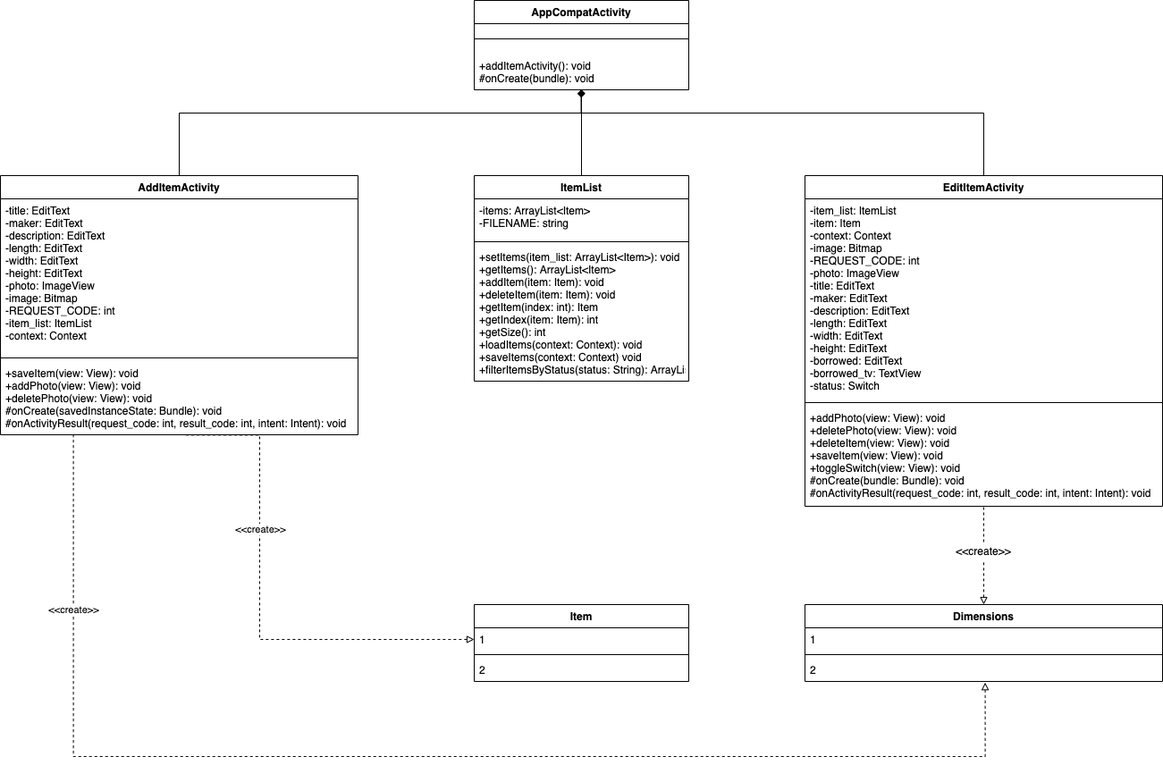
Above: Class Diagrams/ApplicationBorrowedTemplateClassDiagram.png in smitbmx/Architecture-Diagrams (draw.io), before the change. Source tidied: cells renumbered, new cells last; positions are measured from the earlier drawing's top-left corner, leaving out a move shared by most shapes.
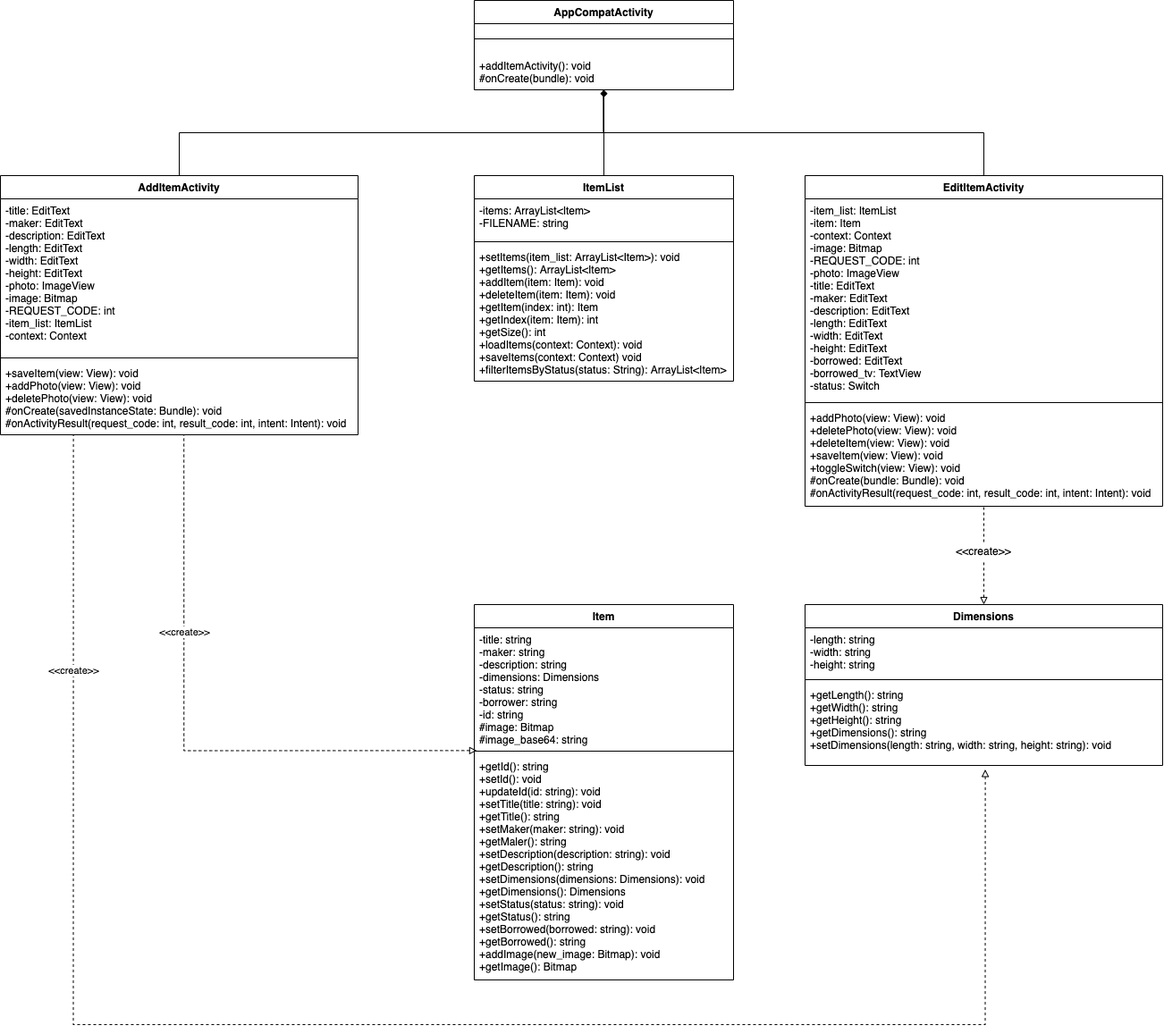
The same diagram one commit later.

The edit, as a diff of the source:
```diff
@@ -3,25 +3,25 @@
     <mxCell id="0" />
     <mxCell id="1" parent="0" />
     <mxCell id="2" value="AppCompatActivity" style="swimlane;fontStyle=1;align=center;verticalAlign=top;horizontal=1;startSize=26;" parent="1" vertex="1">
-      <mxGeometry x="530" width="240" height="100" as="geometry" />
+      <mxGeometry x="530" width="290" height="100" as="geometry" />
     </mxCell>
     <mxCell id="3" style="line;strokeWidth=1;fillColor=none;align=left;verticalAlign=middle;spacingTop=-1;spacingLeft=3;spacingRight=3;labelPosition=right;" parent="2" vertex="1">
-      <mxGeometry y="26" width="240" height="34" as="geometry" />
+      <mxGeometry y="26" width="290" height="34" as="geometry" />
     </mxCell>
     <mxCell id="4" value="+addItemActivity(): void&#10;#onCreate(bundle): void" style="text;strokeColor=none;fillColor=none;align=left;verticalAlign=top;spacingLeft=4;spacingRight=4;overflow=hidden;points=[[0,0.5],[1,0.5]];portConstraint=eastwest;" parent="2" vertex="1">
-      <mxGeometry y="60" width="240" height="40" as="geometry" />
+      <mxGeometry y="60" width="290" height="40" as="geometry" />
     </mxCell>
     <mxCell id="5" value="ItemList" style="swimlane;fontStyle=1;align=center;verticalAlign=top;horizontal=1;startSize=26;" parent="1" vertex="1">
-      <mxGeometry x="530" y="196" width="240" height="230" as="geometry" />
+      <mxGeometry x="530" y="196" width="290" height="230" as="geometry" />
     </mxCell>
     <mxCell id="6" value="-items: ArrayList&lt;Item&gt;&#10;-FILENAME: string" style="text;strokeColor=none;fillColor=none;align=left;verticalAlign=top;spacingLeft=4;spacingRight=4;overflow=hidden;" parent="5" vertex="1">
-      <mxGeometry y="26" width="240" height="44" as="geometry" />
+      <mxGeometry y="26" width="290" height="44" as="geometry" />
     </mxCell>
     <mxCell id="7" style="line;strokeWidth=1;fillColor=none;align=left;verticalAlign=middle;spacingTop=-1;spacingLeft=3;spacingRight=3;labelPosition=right;" parent="5" vertex="1">
-      <mxGeometry y="70" width="240" height="8" as="geometry" />
+      <mxGeometry y="70" width="290" height="8" as="geometry" />
     </mxCell>
     <mxCell id="8" value="+setItems(item_list: ArrayList&lt;Item&gt;): void&#10;+getItems(): ArrayList&lt;Item&gt;&#10;+addItem(item: Item): void&#10;+deleteItem(item: Item): void&#10;+getItem(index: int): Item&#10;+getIndex(item: Item): int&#10;+getSize(): int&#10;+loadItems(context: Context): void&#10;+saveItems(context: Context) void&#10;+filterItemsByStatus(status: String): ArrayList&lt;Item&gt; " style="text;strokeColor=none;fillColor=none;align=left;verticalAlign=top;spacingLeft=4;spacingRight=4;overflow=hidden;" parent="5" vertex="1">
-      <mxGeometry y="78" width="240" height="152" as="geometry" />
+      <mxGeometry y="78" width="290" height="152" as="geometry" />
     </mxCell>
     <mxCell id="9" value="AddItemActivity" style="swimlane;fontStyle=1;align=center;verticalAlign=top;horizontal=1;startSize=26;" parent="1" vertex="1">
       <mxGeometry y="196" width="400" height="290" as="geometry" />
@@ -48,53 +48,37 @@
       <mxGeometry y="258" width="400" height="112" as="geometry" />
     </mxCell>
     <mxCell id="17" value="Item" style="swimlane;fontStyle=1;align=center;verticalAlign=top;horizontal=1;startSize=26;" parent="1" vertex="1">
-      <mxGeometry x="530" y="676" width="240" height="86" as="geometry" />
+      <mxGeometry x="530" y="676" width="290" height="420" as="geometry" />
     </mxCell>
-    <mxCell id="18" value="1" style="text;strokeColor=none;fillColor=none;align=left;verticalAlign=top;spacingLeft=4;spacingRight=4;overflow=hidden;points=[[0,0.5],[1,0.5]];portConstraint=eastwest;" parent="17" vertex="1">
-      <mxGeometry y="26" width="240" height="26" as="geometry" />
+    <mxCell id="18" value="-title: string&#10;-maker: string&#10;-description: string&#10;-dimensions: Dimensions&#10;-status: string&#10;-borrower: string&#10;-id: string&#10;#image: Bitmap&#10;#image_base64: string" style="text;strokeColor=none;fillColor=none;align=left;verticalAlign=top;spacingLeft=4;spacingRight=4;overflow=hidden;points=[[0,0.5],[1,0.5]];portConstraint=eastwest;" parent="17" vertex="1">
+      <mxGeometry y="26" width="290" height="134" as="geometry" />
     </mxCell>
     <mxCell id="19" style="line;strokeWidth=1;fillColor=none;align=left;verticalAlign=middle;spacingTop=-1;spacingLeft=3;spacingRight=3;labelPosition=right;points=[];portConstraint=eastwest;" parent="17" vertex="1">
-      <mxGeometry y="52" width="240" height="8" as="geometry" />
+      <mxGeometry y="160" width="290" height="8" as="geometry" />
     </mxCell>
-    <mxCell id="20" value="2" style="text;strokeColor=none;fillColor=none;align=left;verticalAlign=top;spacingLeft=4;spacingRight=4;overflow=hidden;" parent="17" vertex="1">
-      <mxGeometry y="60" width="240" height="26" as="geometry" />
+    <mxCell id="20" value="+getId(): string&#10;+setId(): void&#10;+updateId(id: string): void&#10;+setTitle(title: string): void&#10;+getTitle(): string&#10;+setMaker(maker: string): void&#10;+getMaler(): string&#10;+setDescription(description: string): void&#10;+getDescription(): string&#10;+setDimensions(dimensions: Dimensions): void&#10;+getDimensions(): Dimensions&#10;+setStatus(status: string): void&#10;+getStatus(): string&#10;+setBorrowed(borrowed: string): void&#10;+getBorrowed(): string&#10;+addImage(new_image: Bitmap): void&#10;+getImage(): Bitmap" style="text;strokeColor=none;fillColor=none;align=left;verticalAlign=top;spacingLeft=4;spacingRight=4;overflow=hidden;" parent="17" vertex="1">
+      <mxGeometry y="168" width="290" height="252" as="geometry" />
     </mxCell>
     <mxCell id="21" value="Dimensions" style="swimlane;fontStyle=1;align=center;verticalAlign=top;horizontal=1;startSize=26;" parent="1" vertex="1">
-      <mxGeometry x="900" y="676" width="400" height="86" as="geometry" />
+      <mxGeometry x="900" y="676" width="400" height="180" as="geometry" />
     </mxCell>
-    <mxCell id="22" value="1" style="text;strokeColor=none;fillColor=none;align=left;verticalAlign=top;spacingLeft=4;spacingRight=4;overflow=hidden;" parent="21" vertex="1">
-      <mxGeometry y="26" width="400" height="26" as="geometry" />
+    <mxCell id="22" value="-length: string&#10;-width: string&#10;-height: string" style="text;strokeColor=none;fillColor=none;align=left;verticalAlign=top;spacingLeft=4;spacingRight=4;overflow=hidden;" parent="21" vertex="1">
+      <mxGeometry y="26" width="400" height="54" as="geometry" />
     </mxCell>
     <mxCell id="23" style="line;strokeWidth=1;fillColor=none;align=left;verticalAlign=middle;spacingTop=-1;spacingLeft=3;spacingRight=3;labelPosition=right;" parent="21" vertex="1">
-      <mxGeometry y="52" width="400" height="8" as="geometry" />
+      <mxGeometry y="80" width="400" height="8" as="geometry" />
     </mxCell>
-    <mxCell id="24" value="2" style="text;strokeColor=none;fillColor=none;align=left;verticalAlign=top;spacingLeft=4;spacingRight=4;overflow=hidden;points=[[0,0.5],[1,0.5]];portConstraint=eastwest;" parent="21" vertex="1">
-      <mxGeometry y="60" width="400" height="26" as="geometry" />
+    <mxCell id="24" value="+getLength(): string&#10;+getWidth(): string&#10;+getHeight(): string&#10;+getDimensions(): string&#10;+setDimensions(length: string, width: string, height: string): void" style="text;strokeColor=none;fillColor=none;align=left;verticalAlign=top;spacingLeft=4;spacingRight=4;overflow=hidden;points=[[0,0.5],[1,0.5]];portConstraint=eastwest;" parent="21" vertex="1">
+      <mxGeometry y="88" width="400" height="92" as="geometry" />
     </mxCell>
     <mxCell id="25" style="endArrow=diamond;html=1;exitX=0.5;exitY=0;exitDx=0;exitDy=0;endFill=1;" parent="1" edge="1" source="5" target="4">
       <mxGeometry relative="1" as="geometry" />
     </mxCell>
-    <mxCell id="26" style="endArrow=diamond;html=1;entryX=0.498;entryY=1.001;entryDx=0;entryDy=0;entryPerimeter=0;exitX=0.5;exitY=0;exitDx=0;exitDy=0;edgeStyle=orthogonalEdgeStyle;rounded=0;endFill=1;" parent="1" edge="1" source="9" target="4">
-      <mxGeometry relative="1" as="geometry">
-        <Array as="points">
-          <mxPoint x="200" y="126" />
-          <mxPoint x="650" y="126" />
-        </Array>
-      </mxGeometry>
-    </mxCell>
-    <mxCell id="27" style="endArrow=diamond;html=1;edgeStyle=orthogonalEdgeStyle;rounded=0;endFill=1;exitX=0.5;exitY=0;exitDx=0;exitDy=0;" parent="1" edge="1" source="13" target="4">
-      <mxGeometry relative="1" as="geometry">
-        <Array as="points">
-          <mxPoint x="1100" y="126" />
-          <mxPoint x="650" y="126" />
-        </Array>
-      </mxGeometry>
-    </mxCell>
     <mxCell id="28" style="endArrow=none;dashed=1;html=1;entryX=0.204;entryY=0.994;entryDx=0;entryDy=0;entryPerimeter=0;exitX=0.504;exitY=1.048;exitDx=0;exitDy=0;exitPerimeter=0;edgeStyle=orthogonalEdgeStyle;rounded=0;startArrow=block;startFill=0;" parent="1" edge="1" source="24" target="12">
       <mxGeometry relative="1" as="geometry">
         <Array as="points">
-          <mxPoint x="986" y="846" />
-          <mxPoint x="313" y="846" />
+          <mxPoint x="1101" y="1146" />
+          <mxPoint x="81" y="1146" />
         </Array>
       </mxGeometry>
     </mxCell>
@@ -110,11 +94,10 @@
     <mxCell id="32" style="endArrow=none;dashed=1;html=1;entryX=0.5;entryY=1;entryDx=0;entryDy=0;exitX=0.5;exitY=0;exitDx=0;exitDy=0;startArrow=block;startFill=0;" parent="1" edge="1" source="21" target="31">
       <mxGeometry relative="1" as="geometry" />
     </mxCell>
-    <mxCell id="33" style="endArrow=none;dashed=1;html=1;exitX=0;exitY=0.5;exitDx=0;exitDy=0;edgeStyle=orthogonalEdgeStyle;rounded=0;startArrow=block;startFill=0;entryX=0.513;entryY=1.004;entryDx=0;entryDy=0;entryPerimeter=0;" parent="1" edge="1" source="18" target="12">
+    <mxCell id="33" style="endArrow=none;dashed=1;html=1;edgeStyle=orthogonalEdgeStyle;rounded=0;startArrow=block;startFill=0;entryX=0.513;entryY=1.004;entryDx=0;entryDy=0;entryPerimeter=0;exitX=0.01;exitY=0.419;exitDx=0;exitDy=0;exitPerimeter=0;" parent="1" edge="1" source="19" target="12">
       <mxGeometry relative="1" as="geometry">
         <Array as="points">
-          <mxPoint x="290" y="715" />
-          <mxPoint x="290" y="486" />
+          <mxPoint x="205" y="839" />
         </Array>
       </mxGeometry>
     </mxCell>
@@ -123,5 +106,11 @@
         <mxPoint y="64" as="offset" />
       </mxGeometry>
     </mxCell>
+    <mxCell id="35" style="endArrow=none;html=1;entryX=0.5;entryY=0;entryDx=0;entryDy=0;edgeStyle=orthogonalEdgeStyle;rounded=0;exitX=0.498;exitY=1.001;exitDx=0;exitDy=0;exitPerimeter=0;" parent="1" edge="1" source="4" target="13">
+      <mxGeometry relative="1" as="geometry" />
+    </mxCell>
+    <mxCell id="26" style="endArrow=none;html=1;exitX=0.5;exitY=0;exitDx=0;exitDy=0;entryX=0.499;entryY=1.007;entryDx=0;entryDy=0;entryPerimeter=0;edgeStyle=orthogonalEdgeStyle;rounded=0;" parent="1" edge="1" source="9" target="4">
+      <mxGeometry relative="1" as="geometry" />
+    </mxCell>
   </root>
 </mxGraphModel>
```
